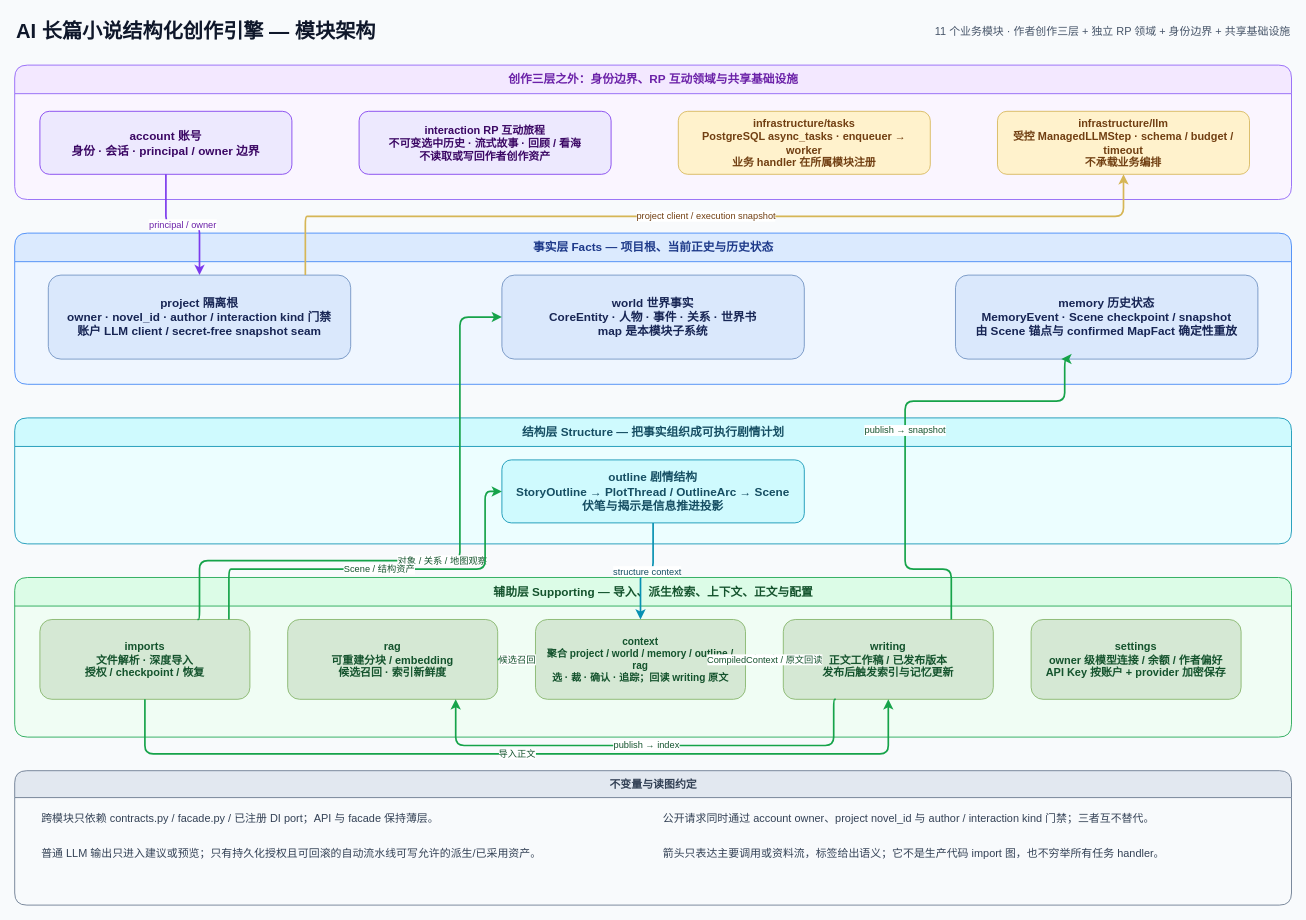
Before: docs/architecture/module-architecture.drawio in FengHuoLinShan/ai-writing-assist, a draw.io diagram. Source tidied: cells renumbered, new cells numbered last; positions are measured from the earlier drawing's top-left corner, leaving out a move shared by most shapes. Both pictures are drawn from the tidied source at 84%, with x=0, y=0 at pixel (14, 14).
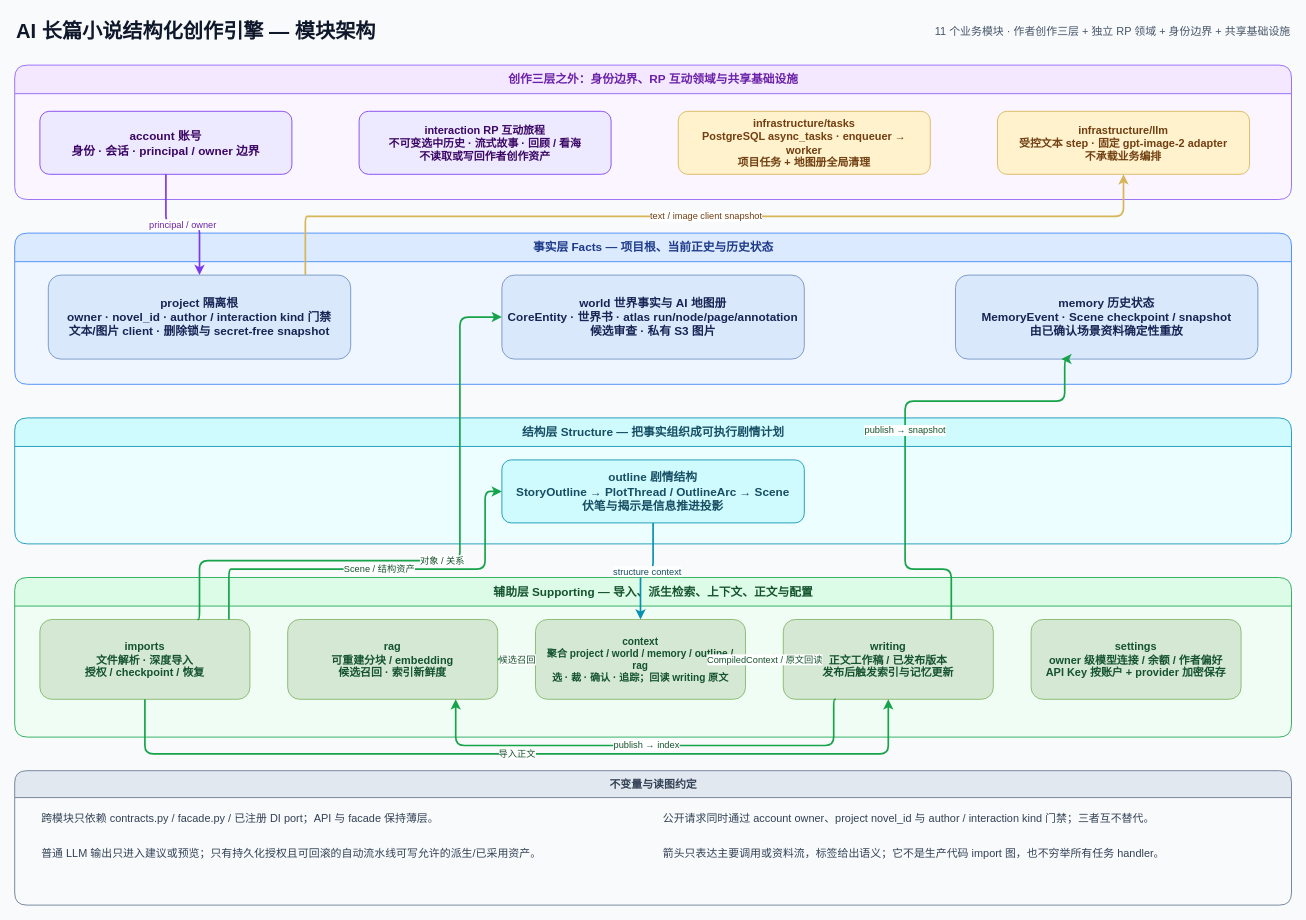
The same page after the edit.

The change refers to these unchanged cells:
```xml
<mxCell id="4" value="创作三层之外：身份边界、RP 互动领域与共享基础设施" style="swimlane;startSize=34;horizontal=1;rounded=1;html=1;fillColor=#f3e8ff;swimlaneFillColor=#faf5ff;strokeColor=#8b5cf6;fontColor=#6b21a8;fontSize=14;fontStyle=1;" parent="1" vertex="1">
  <mxGeometry y="60" width="1520" height="160" as="geometry" />
</mxCell>
<mxCell id="9" value="事实层 Facts — 项目根、当前正史与历史状态" style="swimlane;startSize=34;horizontal=1;rounded=1;html=1;fillColor=#dbeafe;swimlaneFillColor=#eff6ff;strokeColor=#3b82f6;fontColor=#1e3a8a;fontSize=14;fontStyle=1;" parent="1" vertex="1">
  <mxGeometry y="260" width="1520" height="180" as="geometry" />
</mxCell>
<mxCell id="16" value="imports&#10;文件解析 · 深度导入&#10;授权 / checkpoint / 恢复" style="rounded=1;whiteSpace=wrap;html=1;fillColor=#d5e8d4;strokeColor=#82b366;fontColor=#14532d;fontSize=13;fontStyle=1;spacing=8;" parent="15" vertex="1">
  <mxGeometry x="30" y="50" width="250" height="95" as="geometry" />
</mxCell>
```

What changed in the source:
```diff
@@
-    <mxCell id="7" value="infrastructure/tasks&#10;PostgreSQL async_tasks · enqueuer → worker&#10;业务 handler 在所属模块注册" style="rounded=1;whiteSpace=wrap;html=1;fillColor=#fff2cc;strokeColor=#d6b656;fontColor=#713f12;fontSize=13;fontStyle=1;spacing=8;" parent="4" vertex="1">
+    <mxCell id="7" value="infrastructure/tasks&#10;PostgreSQL async_tasks · enqueuer → worker&#10;项目任务 + 地图册全局清理" style="rounded=1;whiteSpace=wrap;html=1;fillColor=#fff2cc;strokeColor=#d6b656;fontColor=#713f12;fontSize=13;fontStyle=1;spacing=8;" parent="4" vertex="1">
       <mxGeometry x="790" y="55" width="300" height="75" as="geometry" />
     </mxCell>
-    <mxCell id="8" value="infrastructure/llm&#10;受控 ManagedLLMStep · schema / budget / timeout&#10;不承载业务编排" style="rounded=1;whiteSpace=wrap;html=1;fillColor=#fff2cc;strokeColor=#d6b656;fontColor=#713f12;fontSize=13;fontStyle=1;spacing=8;" parent="4" vertex="1">
+    <mxCell id="8" value="infrastructure/llm&#10;受控文本 step · 固定 gpt-image-2 adapter&#10;不承载业务编排" style="rounded=1;whiteSpace=wrap;html=1;fillColor=#fff2cc;strokeColor=#d6b656;fontColor=#713f12;fontSize=13;fontStyle=1;spacing=8;" parent="4" vertex="1">
       <mxGeometry x="1170" y="55" width="300" height="75" as="geometry" />
     </mxCell>
@@
-    <mxCell id="10" value="project 隔离根&#10;owner · novel_id · author / interaction kind 门禁&#10;账户 LLM client / secret-free snapshot seam" style="rounded=1;whiteSpace=wrap;html=1;fillColor=#dae8fc;strokeColor=#6c8ebf;fontColor=#172554;fontSize=14;fontStyle=1;spacing=8;" parent="9" vertex="1">
+    <mxCell id="10" value="project 隔离根&#10;owner · novel_id · author / interaction kind 门禁&#10;文本/图片 client · 删除锁与 secret-free snapshot" style="rounded=1;whiteSpace=wrap;html=1;fillColor=#dae8fc;strokeColor=#6c8ebf;fontColor=#172554;fontSize=14;fontStyle=1;spacing=8;" parent="9" vertex="1">
       <mxGeometry x="40" y="50" width="360" height="100" as="geometry" />
     </mxCell>
-    <mxCell id="11" value="world 世界事实&#10;CoreEntity · 人物 · 事件 · 关系 · 世界书&#10;map 是本模块子系统" style="rounded=1;whiteSpace=wrap;html=1;fillColor=#dae8fc;strokeColor=#6c8ebf;fontColor=#172554;fontSize=14;fontStyle=1;spacing=8;" parent="9" vertex="1">
+    <mxCell id="11" value="world 世界事实与 AI 地图册&#10;CoreEntity · 世界书 · atlas run/node/page/annotation&#10;候选审查 · 私有 S3 图片" style="rounded=1;whiteSpace=wrap;html=1;fillColor=#dae8fc;strokeColor=#6c8ebf;fontColor=#172554;fontSize=14;fontStyle=1;spacing=8;" parent="9" vertex="1">
       <mxGeometry x="580" y="50" width="360" height="100" as="geometry" />
     </mxCell>
-    <mxCell id="12" value="memory 历史状态&#10;MemoryEvent · Scene checkpoint / snapshot&#10;由 Scene 锚点与 confirmed MapFact 确定性重放" style="rounded=1;whiteSpace=wrap;html=1;fillColor=#dae8fc;strokeColor=#6c8ebf;fontColor=#172554;fontSize=14;fontStyle=1;spacing=8;" parent="9" vertex="1">
+    <mxCell id="12" value="memory 历史状态&#10;MemoryEvent · Scene checkpoint / snapshot&#10;由已确认场景资料确定性重放" style="rounded=1;whiteSpace=wrap;html=1;fillColor=#dae8fc;strokeColor=#6c8ebf;fontColor=#172554;fontSize=14;fontStyle=1;spacing=8;" parent="9" vertex="1">
       <mxGeometry x="1120" y="50" width="360" height="100" as="geometry" />
     </mxCell>
@@
-    <mxCell id="27" value="project client / execution snapshot" style="edgeStyle=orthogonalEdgeStyle;rounded=1;jettySize=auto;html=1;strokeColor=#d6b656;strokeWidth=2;endArrow=classic;endFill=1;labelBackgroundColor=#ffffff;fontSize=11;fontColor=#713f12;exitX=0.85;exitY=0;exitDx=0;exitDy=0;entryX=0.5;entryY=1;entryDx=0;entryDy=0;" parent="1" edge="1" source="10" target="8">
+    <mxCell id="27" value="text / image client snapshot" style="edgeStyle=orthogonalEdgeStyle;rounded=1;jettySize=auto;html=1;strokeColor=#d6b656;strokeWidth=2;endArrow=classic;endFill=1;labelBackgroundColor=#ffffff;fontSize=11;fontColor=#713f12;exitX=0.85;exitY=0;exitDx=0;exitDy=0;entryX=0.5;entryY=1;entryDx=0;entryDy=0;" parent="1" edge="1" source="10" target="8">
       <mxGeometry relative="1" as="geometry">
         <Array as="points">
           <mxPoint x="350" y="240" />
           <mxPoint x="1310" y="240" />
         </Array>
       </mxGeometry>
     </mxCell>
-    <mxCell id="28" value="对象 / 关系 / 地图观察" style="edgeStyle=orthogonalEdgeStyle;rounded=1;jettySize=auto;html=1;strokeColor=#16a34a;strokeWidth=2;endArrow=classic;endFill=1;labelBackgroundColor=#ffffff;fontSize=11;fontColor=#14532d;exitX=0.75;exitY=0;exitDx=0;exitDy=0;entryX=0;entryY=0.5;entryDx=0;entryDy=0;" parent="1" edge="1" source="16" target="11">
+    <mxCell id="28" value="对象 / 关系" style="edgeStyle=orthogonalEdgeStyle;rounded=1;jettySize=auto;html=1;strokeColor=#16a34a;strokeWidth=2;endArrow=classic;endFill=1;labelBackgroundColor=#ffffff;fontSize=11;fontColor=#14532d;exitX=0.75;exitY=0;exitDx=0;exitDy=0;entryX=0;entryY=0.5;entryDx=0;entryDy=0;" parent="1" edge="1" source="16" target="11">
       <mxGeometry relative="1" as="geometry">
         <Array as="points">
           <mxPoint x="220" y="650" />
           <mxPoint x="530" y="650" />
           <mxPoint x="530" y="360" />
         </Array>
       </mxGeometry>
     </mxCell>
```
